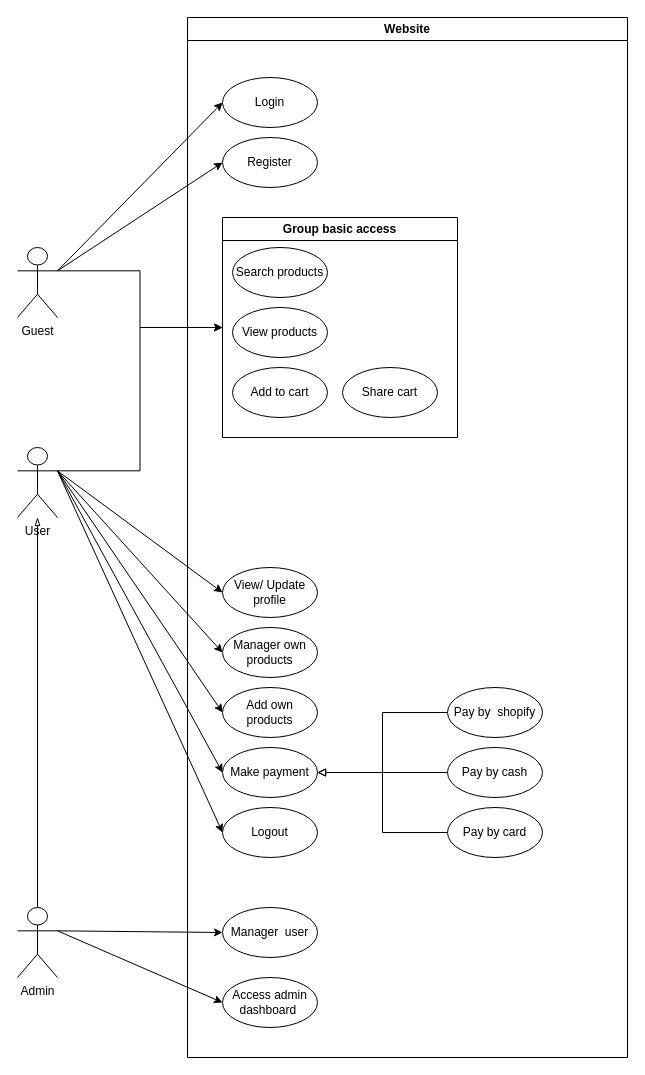
Above: datnnguyensythanh.drawio in sythanh2001/datn_nguyen_sy_thanh (draw.io), before the change. Source tidied: cells renumbered, new cells numbered last; positions are measured from the earlier drawing's top-left corner, leaving out a move shared by most shapes. Both pictures are drawn from the tidied source at 100%, with x=0, y=0 at pixel (17, 17).
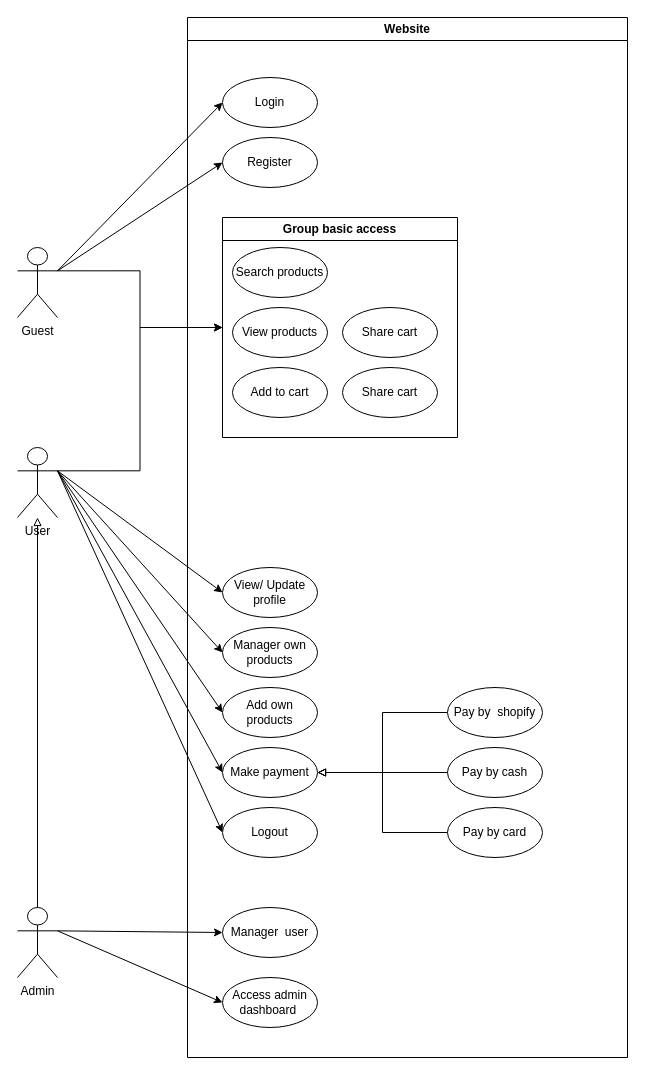
The same diagram, later.

The change refers to these unchanged cells:
```xml
<mxCell id="16" value="Admin" style="shape=umlActor;verticalLabelPosition=bottom;verticalAlign=top;html=1;outlineConnect=0;" parent="1" vertex="1">
  <mxGeometry y="890" width="40" height="70" as="geometry" />
</mxCell>
<mxCell id="30" value="Group basic access" style="swimlane;whiteSpace=wrap;html=1;" parent="17" vertex="1">
  <mxGeometry x="35" y="200" width="235" height="220" as="geometry" />
</mxCell>
```

Change to the diagram source:
```diff
@@
-    <mxCell id="13" style="edgeStyle=none;rounded=0;jettySize=auto;html=1;endArrow=blockThin;endFill=0;exitX=0.5;exitY=0;exitDx=0;exitDy=0;exitPerimeter=0;" parent="1" edge="1" source="16">
+    <mxCell id="13" style="edgeStyle=none;rounded=0;jettySize=auto;html=1;endArrow=block;endFill=0;exitX=0.5;exitY=0;exitDx=0;exitDy=0;exitPerimeter=0;" parent="1" edge="1" source="16">
       <mxGeometry relative="1" as="geometry">
         <mxPoint x="20" y="500" as="targetPoint" />
       </mxGeometry>
     </mxCell>
@@
+    <mxCell id="38" value="Share cart" style="ellipse;whiteSpace=wrap;html=1;" parent="30" vertex="1">
+      <mxGeometry x="120" y="90" width="95" height="50" as="geometry" />
+    </mxCell>
```
